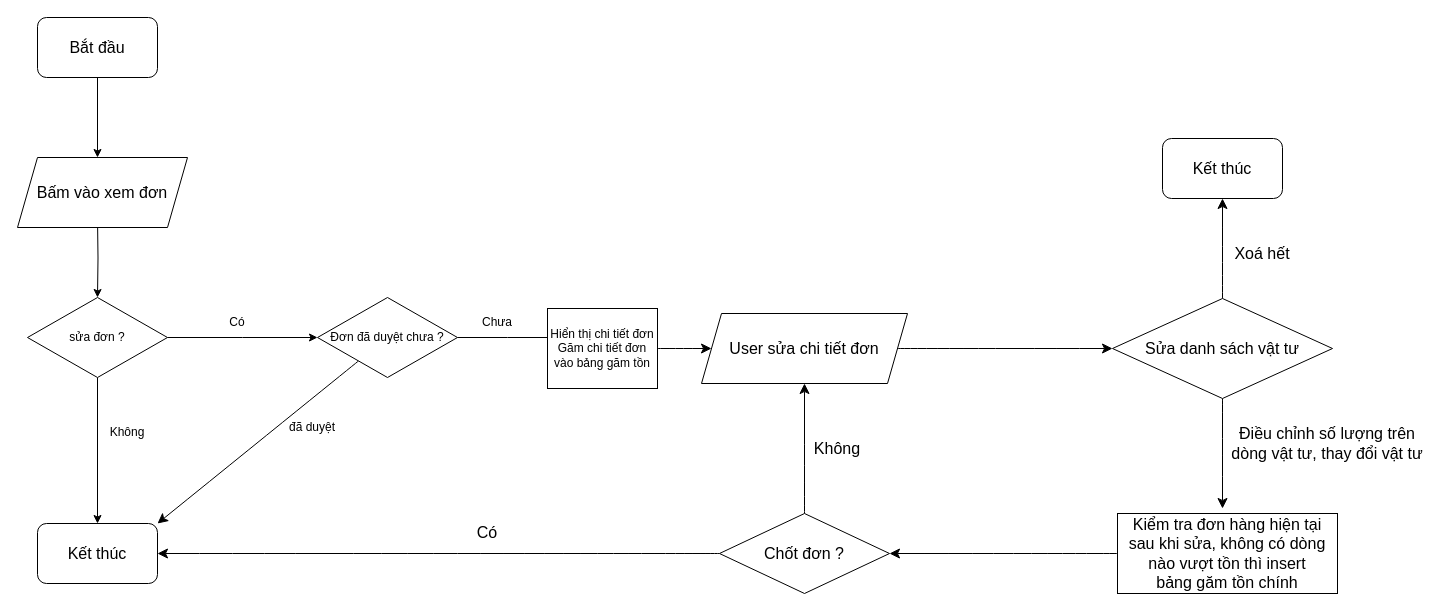
Above: Untitled Diagram.drawio in seriousman1220/dotnetDocument (draw.io), before the change. Source tidied: cells renumbered, new cells numbered last; positions are measured from the earlier drawing's top-left corner, leaving out a move shared by most shapes. Both pictures are drawn from the tidied source at 100%, with x=0, y=0 at pixel (17, 17).
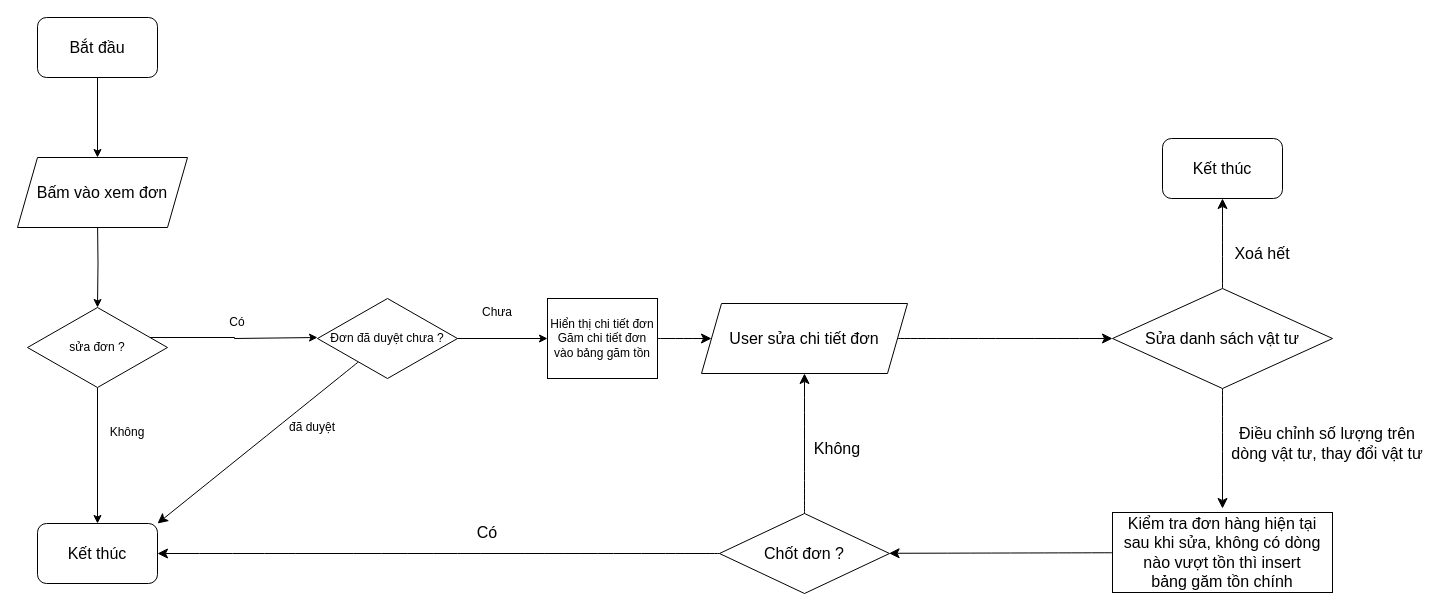
The same page after the edit.

What changed in the source:
```diff
@@
-    <mxCell id="5" style="edgeStyle=orthogonalEdgeStyle;rounded=0;jettySize=auto;html=1;entryX=0;entryY=0.5;entryDx=0;entryDy=0;" parent="1" edge="1" source="6">
+    <mxCell id="5" style="edgeStyle=orthogonalEdgeStyle;rounded=0;jettySize=auto;html=1;" parent="1" edge="1" source="6">
       <mxGeometry relative="1" as="geometry">
         <mxPoint x="300" y="320" as="targetPoint" />
+        <Array as="points">
+          <mxPoint x="217" y="320" />
+          <mxPoint x="300" y="321" />
+        </Array>
       </mxGeometry>
     </mxCell>
     <mxCell id="6" value="sửa đơn ?" style="rhombus;whiteSpace=wrap;html=1;" parent="1" vertex="1">
-      <mxGeometry x="10" y="280" width="140" height="80" as="geometry" />
+      <mxGeometry x="10" y="290" width="140" height="80" as="geometry" />
     </mxCell>
@@
-    <mxCell id="9" style="edgeStyle=orthogonalEdgeStyle;rounded=0;jettySize=auto;html=1;" parent="1" edge="1" source="11">
-      <mxGeometry relative="1" as="geometry">
-        <mxPoint x="540" y="320" as="targetPoint" />
-      </mxGeometry>
+    <mxCell id="9" style="edgeStyle=orthogonalEdgeStyle;rounded=0;jettySize=auto;html=1;" parent="1" edge="1" source="11" target="15">
+      <mxGeometry relative="1" as="geometry" />
     </mxCell>
@@
     <mxCell id="11" value="Đơn đã duyệt chưa ?" style="rhombus;whiteSpace=wrap;html=1;" parent="1" vertex="1">
-      <mxGeometry x="300" y="280" width="140" height="80" as="geometry" />
+      <mxGeometry x="300" y="281" width="140" height="80" as="geometry" />
     </mxCell>
@@
     <mxCell id="13" value="Chưa" style="text;strokeColor=none;align=center;fillColor=none;html=1;verticalAlign=middle;whiteSpace=wrap;rounded=0;" parent="1" vertex="1">
-      <mxGeometry x="450" y="290" width="60" height="30" as="geometry" />
+      <mxGeometry x="450" y="280" width="60" height="30" as="geometry" />
     </mxCell>
@@
     <mxCell id="15" value="Hiển thị chi tiết đơn &lt;br&gt;Găm chi tiết đơn vào bảng găm tồn" style="rounded=0;whiteSpace=wrap;html=1;" parent="1" vertex="1">
-      <mxGeometry x="530" y="291" width="110" height="80" as="geometry" />
+      <mxGeometry x="530" y="281" width="110" height="80" as="geometry" />
     </mxCell>
@@
     <mxCell id="21" value="Sửa danh sách vật tư" style="rhombus;whiteSpace=wrap;html=1;fontSize=16;" parent="1" vertex="1">
-      <mxGeometry x="1095" y="281" width="220" height="100" as="geometry" />
+      <mxGeometry x="1095" y="271" width="220" height="100" as="geometry" />
     </mxCell>
@@
     <mxCell id="25" value="Kiểm tra đơn hàng hiện tại sau khi sửa, không có dòng nào vượt tồn thì insert bảng&amp;nbsp;găm tồn chính" style="rounded=0;whiteSpace=wrap;html=1;fontSize=16;" parent="1" vertex="1">
-      <mxGeometry x="1100" y="496" width="220" height="80" as="geometry" />
+      <mxGeometry x="1095" y="495" width="220" height="80" as="geometry" />
     </mxCell>
@@
     <mxCell id="27" value="User sửa chi tiết đơn" style="shape=parallelogram;perimeter=parallelogramPerimeter;whiteSpace=wrap;html=1;fixedSize=1;fontSize=16;" parent="1" vertex="1">
-      <mxGeometry x="684" y="296" width="206" height="70" as="geometry" />
+      <mxGeometry x="684" y="286" width="206" height="70" as="geometry" />
     </mxCell>
```
